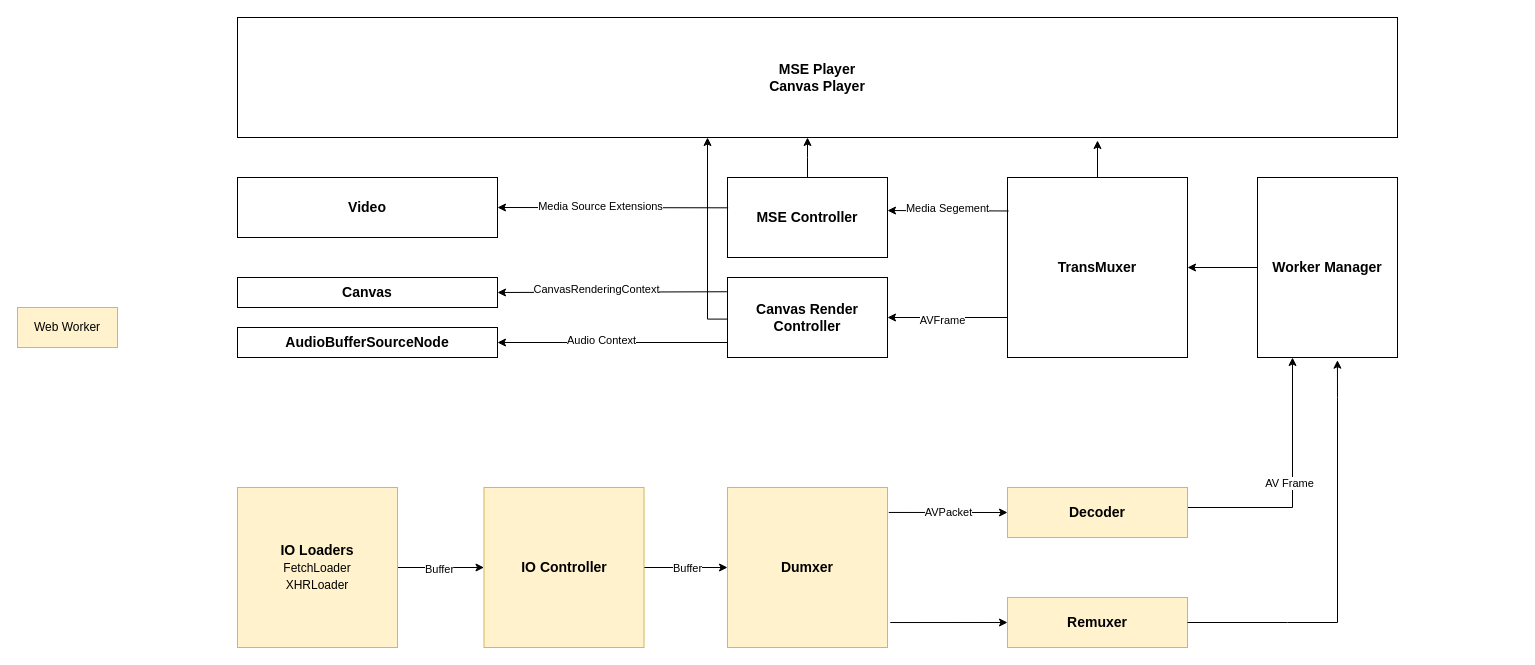
Before: 未命名绘图.drawio in Robot-7/h265-design, a draw.io diagram. Source tidied: cells renumbered, new cells numbered last; positions are measured from the earlier drawing's top-left corner, leaving out a move shared by most shapes. Both pictures are drawn from the tidied source at 100%, with x=0, y=0 at pixel (17, 17).
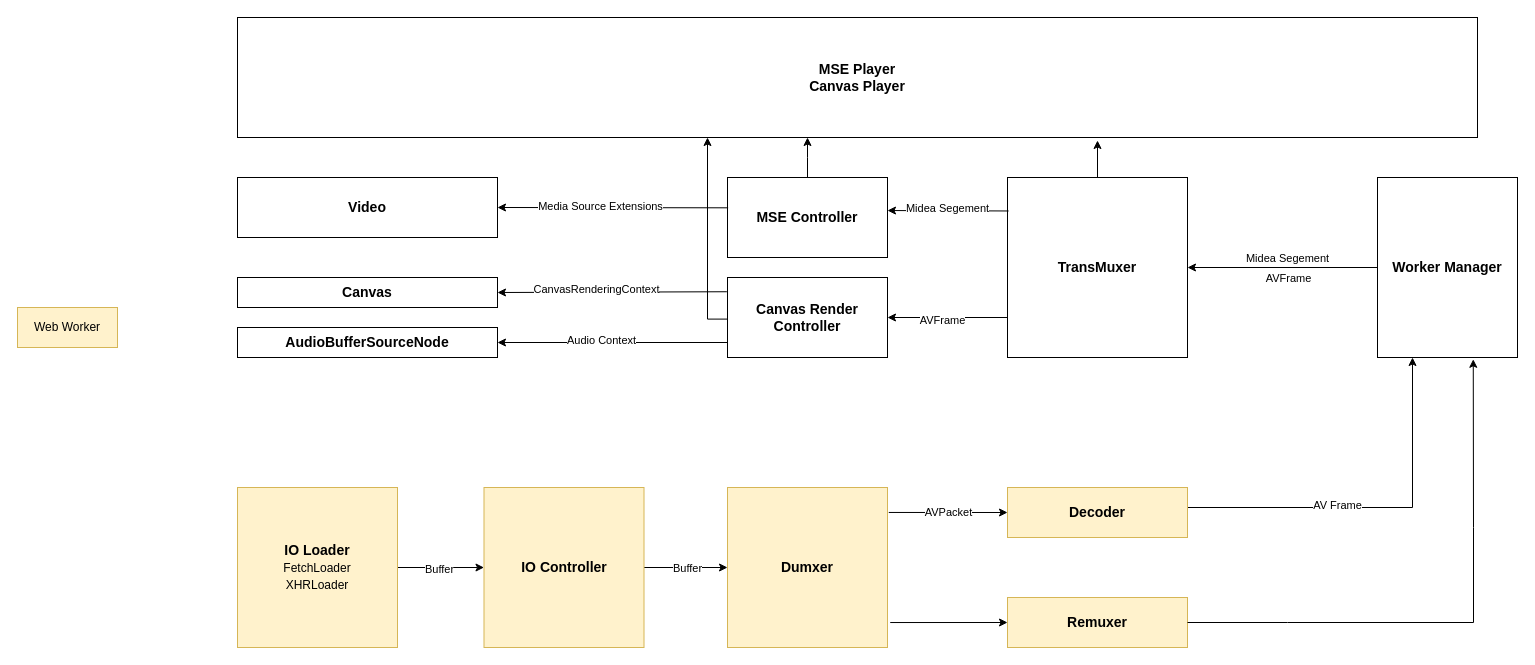
After the change.

Commit message:
更新未命名绘图.drawio

Unchanged cells that the change refers to:
```xml
<mxCell id="9" value="&lt;b style=&quot;font-size: 14px;&quot;&gt;Remuxer&lt;/b&gt;" style="rounded=0;whiteSpace=wrap;html=1;fontSize=14;fillColor=#fff2cc;strokeColor=#d6b656;" parent="1" vertex="1">
  <mxGeometry x="990" y="580" width="180" height="50" as="geometry" />
</mxCell>
<mxCell id="12" value="&lt;b style=&quot;font-size: 14px;&quot;&gt;Decoder&lt;/b&gt;" style="rounded=0;whiteSpace=wrap;html=1;fontSize=14;fillColor=#fff2cc;strokeColor=#d6b656;" parent="1" vertex="1">
  <mxGeometry x="990" y="470" width="180" height="50" as="geometry" />
</mxCell>
<mxCell id="28" style="endArrow=classic;html=1;rounded=0;fontSize=14;exitX=0.006;exitY=0.186;exitDx=0;exitDy=0;exitPerimeter=0;entryX=1;entryY=0.413;entryDx=0;entryDy=0;entryPerimeter=0;" parent="1" edge="1" source="5" target="4">
  <mxGeometry relative="1" as="geometry" />
</mxCell>
<mxCell id="38" style="edgeStyle=orthogonalEdgeStyle;rounded=0;jettySize=auto;html=1;" parent="1" edge="1" source="39" target="5">
  <mxGeometry relative="1" as="geometry" />
</mxCell>
```

Change to the diagram source:
```diff
@@
     <mxCell id="2" value="&lt;b style=&quot;font-size: 14px;&quot;&gt;MSE Player&lt;br style=&quot;font-size: 14px;&quot;&gt;Canvas Player&lt;/b&gt;" style="rounded=0;whiteSpace=wrap;html=1;fontSize=14;" parent="1" vertex="1">
-      <mxGeometry x="220" width="1160" height="120" as="geometry" />
+      <mxGeometry x="220" width="1240" height="120" as="geometry" />
     </mxCell>
@@
     <mxCell id="10" style="edgeStyle=orthogonalEdgeStyle;rounded=0;jettySize=auto;html=1;fontSize=14;entryX=0.25;entryY=1;entryDx=0;entryDy=0;" parent="1" edge="1" source="12" target="39">
       <mxGeometry relative="1" as="geometry">
         <Array as="points">
-          <mxPoint x="1275" y="490" />
+          <mxPoint x="1395" y="490" />
         </Array>
       </mxGeometry>
     </mxCell>
     <mxCell id="11" value="AV Frame" style="edgeLabel;html=1;align=center;verticalAlign=middle;" parent="10" vertex="1">
       <mxGeometry x="0.03" y="4" relative="1" as="geometry">
-        <mxPoint y="1" as="offset" />
+        <mxPoint x="-44" y="1" as="offset" />
       </mxGeometry>
     </mxCell>
@@
-    <mxCell id="18" value="&lt;font style=&quot;font-size: 12px;&quot;&gt;&lt;b style=&quot;font-size: 14px;&quot;&gt;IO Loaders&lt;/b&gt;&lt;br style=&quot;font-size: 14px;&quot;&gt;&lt;font style=&quot;font-size: 12px;&quot;&gt;FetchLoader&lt;br style=&quot;&quot;&gt;XHRLoade&lt;/font&gt;r&lt;/font&gt;" style="rounded=0;whiteSpace=wrap;html=1;fontSize=14;fillColor=#fff2cc;strokeColor=#d6b656;" parent="1" vertex="1">
+    <mxCell id="18" value="&lt;font style=&quot;font-size: 12px;&quot;&gt;&lt;b style=&quot;font-size: 14px;&quot;&gt;IO Loader&lt;/b&gt;&lt;br style=&quot;font-size: 14px;&quot;&gt;&lt;font style=&quot;font-size: 12px;&quot;&gt;FetchLoader&lt;br style=&quot;&quot;&gt;XHRLoade&lt;/font&gt;r&lt;/font&gt;" style="rounded=0;whiteSpace=wrap;html=1;fontSize=14;fillColor=#fff2cc;strokeColor=#d6b656;" parent="1" vertex="1">
       <mxGeometry x="220" y="470" width="160" height="160" as="geometry" />
     </mxCell>
@@
-    <mxCell id="25" style="endArrow=classic;html=1;rounded=0;entryX=0.571;entryY=1.015;entryDx=0;entryDy=0;fontSize=14;exitX=1;exitY=0.5;exitDx=0;exitDy=0;entryPerimeter=0;" parent="1" edge="1" source="9" target="39">
+    <mxCell id="25" style="endArrow=classic;html=1;rounded=0;entryX=0.684;entryY=1.01;entryDx=0;entryDy=0;fontSize=14;exitX=1;exitY=0.5;exitDx=0;exitDy=0;entryPerimeter=0;" parent="1" edge="1" source="9" target="39">
       <mxGeometry relative="1" as="geometry">
         <Array as="points">
           <mxPoint x="1270" y="605" />
-          <mxPoint x="1320" y="605" />
-          <mxPoint x="1320" y="380" />
+          <mxPoint x="1456" y="605" />
+          <mxPoint x="1456" y="510" />
         </Array>
       </mxGeometry>
     </mxCell>
@@
-    <mxCell id="29" value="Media Segement" style="edgeLabel;html=1;align=center;verticalAlign=middle;" parent="28" vertex="1">
+    <mxCell id="29" value="Midea Segement" style="edgeLabel;html=1;align=center;verticalAlign=middle;" parent="28" vertex="1">
       <mxGeometry x="0.27" y="-4" relative="1" as="geometry">
         <mxPoint x="15" y="1" as="offset" />
       </mxGeometry>
     </mxCell>
@@
+    <mxCell id="40" value="Midea Segement" style="edgeLabel;html=1;align=center;verticalAlign=middle;" parent="38" vertex="1">
+      <mxGeometry x="-0.39" y="-4" relative="1" as="geometry">
+        <mxPoint x="-33" y="-6" as="offset" />
+      </mxGeometry>
+    </mxCell>
     <mxCell id="39" value="Worker Manager" style="rounded=0;whiteSpace=wrap;html=1;fontStyle=1;fontSize=14;" parent="1" vertex="1">
-      <mxGeometry x="1240" y="160" width="140" height="180" as="geometry" />
+      <mxGeometry x="1360" y="160" width="140" height="180" as="geometry" />
     </mxCell>
+    <mxCell id="41" value="AVFrame&lt;br&gt;" style="edgeLabel;html=1;align=center;verticalAlign=middle;" parent="1" vertex="1">
+      <mxGeometry x="1270" y="260" as="geometry" />
+    </mxCell>
```
